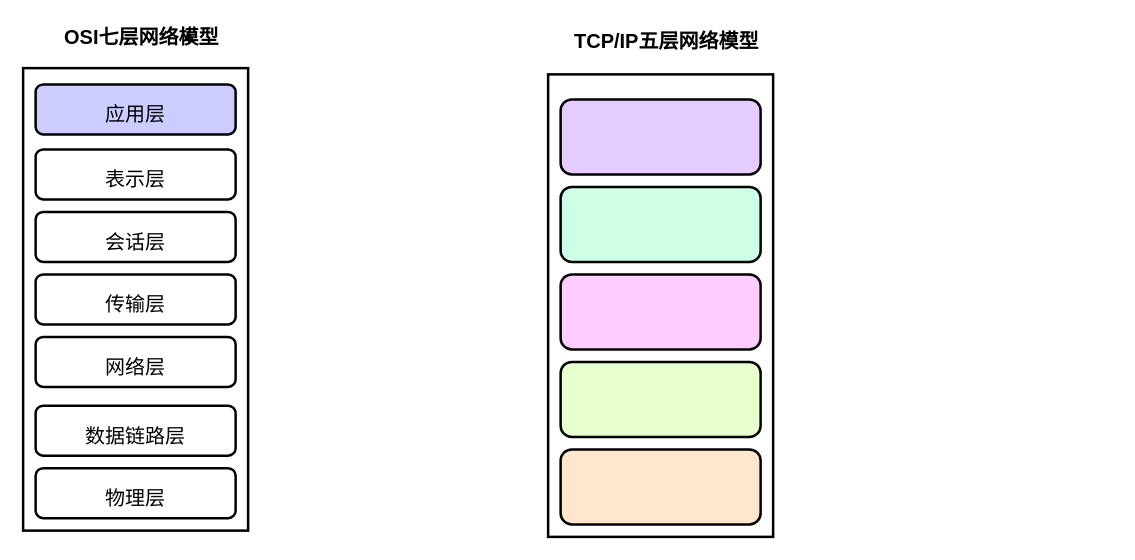
Before: 网络模型.drawio in StackInk/draw, a draw.io diagram. Source tidied: cells renumbered, new cells numbered last; positions are measured from the earlier drawing's top-left corner, leaving out a move shared by most shapes. Both pictures are drawn from the tidied source at 125%, with x=0, y=0 at pixel (22, 30).
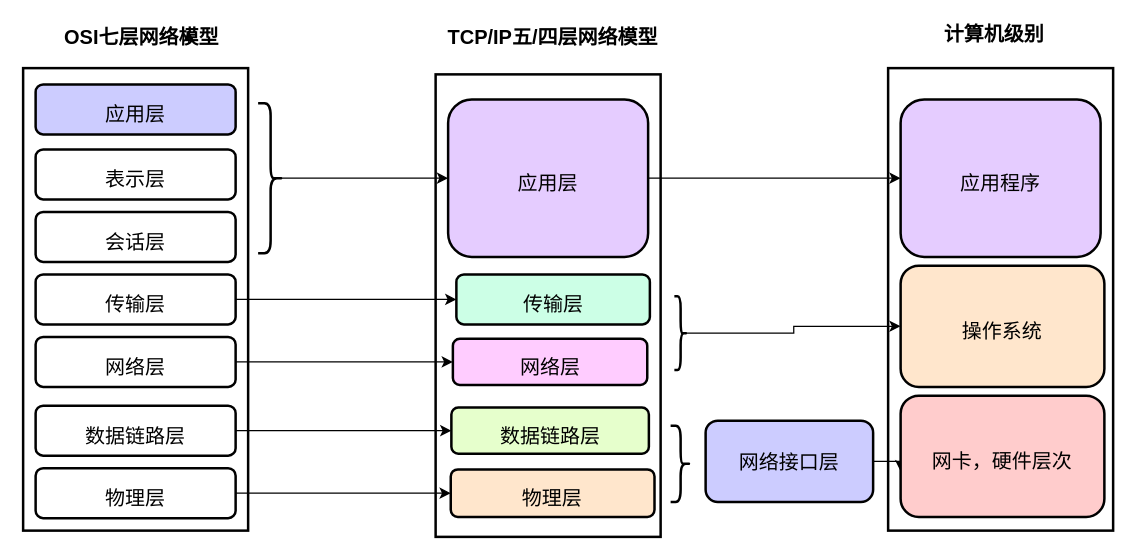
The same diagram, later.

Commit message (it also covers changes not shown here):
更新网络模型.drawio

The change refers to these unchanged cells:
```xml
<mxCell id="6" value="物理层" style="rounded=1;whiteSpace=wrap;html=1;strokeWidth=2;fontFamily=Helvetica;fontSize=16;spacingBottom=-7;" parent="1" vertex="1">
  <mxGeometry x="10" y="350" width="160" height="40" as="geometry" />
</mxCell>
<mxCell id="13" value="数据链路层" style="rounded=1;whiteSpace=wrap;html=1;strokeWidth=2;fontFamily=Helvetica;fontSize=16;spacingBottom=-7;" parent="1" vertex="1">
  <mxGeometry x="10" y="300" width="160" height="40" as="geometry" />
</mxCell>
<mxCell id="14" value="网络层" style="rounded=1;whiteSpace=wrap;html=1;strokeWidth=2;fontFamily=Helvetica;fontSize=16;spacingBottom=-7;" parent="1" vertex="1">
  <mxGeometry x="10" y="245" width="160" height="40" as="geometry" />
</mxCell>
<mxCell id="15" value="传输层" style="rounded=1;whiteSpace=wrap;html=1;strokeWidth=2;fontFamily=Helvetica;fontSize=16;spacingBottom=-7;" parent="1" vertex="1">
  <mxGeometry x="10" y="195" width="160" height="40" as="geometry" />
</mxCell>
```

The edit, as a diff of the source:
```diff
@@
-    <mxCell id="2" style="rounded=0;whiteSpace=wrap;html=1;strokeWidth=2;" parent="1" vertex="1">
-      <mxGeometry y="30" width="180" height="370" as="geometry" />
-    </mxCell>
+    <mxCell id="19" style="rounded=0;whiteSpace=wrap;html=1;strokeWidth=2;" parent="1" vertex="1">
+      <mxGeometry x="692" y="30" width="180" height="370" as="geometry" />
+    </mxCell>
+    <mxCell id="20" style="rounded=0;whiteSpace=wrap;html=1;strokeWidth=2;" parent="1" vertex="1">
+      <mxGeometry x="330" y="35" width="180" height="370" as="geometry" />
+    </mxCell>
+    <mxCell id="21" style="rounded=0;whiteSpace=wrap;html=1;strokeWidth=2;" parent="1" vertex="1">
+      <mxGeometry y="30" width="180" height="370" as="geometry" />
+    </mxCell>
@@
-    <mxCell id="5" value="TCP/IP五层网络模型" style="text;html=1;strokeColor=none;fillColor=none;align=center;verticalAlign=middle;whiteSpace=wrap;rounded=0;fontFamily=Helvetica;fontSize=16;fontStyle=1;" parent="1" vertex="1">
-      <mxGeometry x="430" width="170" height="15" as="geometry" />
-    </mxCell>
+    <mxCell id="22" value="TCP/IP五/四层网络模型" style="text;html=1;strokeColor=none;fillColor=none;align=center;verticalAlign=middle;whiteSpace=wrap;rounded=0;fontFamily=Helvetica;fontSize=16;fontStyle=1;" parent="1" vertex="1">
+      <mxGeometry x="330" y="-2.5" width="188" height="15" as="geometry" />
+    </mxCell>
+    <mxCell id="23" style="edgeStyle=orthogonalEdgeStyle;rounded=0;jettySize=auto;html=1;fontFamily=Helvetica;fontSize=16;" parent="1" edge="1" source="6" target="24">
+      <mxGeometry relative="1" as="geometry" />
+    </mxCell>
@@
-    <mxCell id="7" style="rounded=0;whiteSpace=wrap;html=1;strokeWidth=2;" parent="1" vertex="1">
-      <mxGeometry x="420" y="35" width="180" height="370" as="geometry" />
-    </mxCell>
-    <mxCell id="8" style="rounded=1;whiteSpace=wrap;html=1;strokeWidth=2;fontFamily=Helvetica;fontSize=16;spacingBottom=-7;fillColor=#FFE6CC;" parent="1" vertex="1">
-      <mxGeometry x="430" y="335" width="160" height="60" as="geometry" />
-    </mxCell>
-    <mxCell id="9" style="rounded=1;whiteSpace=wrap;html=1;strokeWidth=2;fontFamily=Helvetica;fontSize=16;spacingBottom=-7;fillColor=#E6FFCC;" parent="1" vertex="1">
-      <mxGeometry x="430" y="265" width="160" height="60" as="geometry" />
-    </mxCell>
-    <mxCell id="10" style="rounded=1;whiteSpace=wrap;html=1;strokeWidth=2;fontFamily=Helvetica;fontSize=16;spacingBottom=-7;fillColor=#FFCCFF;" parent="1" vertex="1">
-      <mxGeometry x="430" y="195" width="160" height="60" as="geometry" />
-    </mxCell>
-    <mxCell id="11" style="rounded=1;whiteSpace=wrap;html=1;strokeWidth=2;fontFamily=Helvetica;fontSize=16;spacingBottom=-7;fillColor=#CCFFE6;" parent="1" vertex="1">
-      <mxGeometry x="430" y="125" width="160" height="60" as="geometry" />
-    </mxCell>
-    <mxCell id="12" style="rounded=1;whiteSpace=wrap;html=1;strokeWidth=2;fontFamily=Helvetica;fontSize=16;spacingBottom=-7;fillColor=#E5CCFF;" parent="1" vertex="1">
-      <mxGeometry x="430" y="55" width="160" height="60" as="geometry" />
-    </mxCell>
+    <mxCell id="24" value="物理层" style="rounded=1;whiteSpace=wrap;html=1;strokeWidth=2;fontFamily=Helvetica;fontSize=16;spacingBottom=-7;fillColor=#FFE6CC;" parent="1" vertex="1">
+      <mxGeometry x="342.1" y="351" width="163" height="38" as="geometry" />
+    </mxCell>
+    <mxCell id="25" value="数据链路层" style="rounded=1;whiteSpace=wrap;html=1;strokeWidth=2;fontFamily=Helvetica;fontSize=16;spacingBottom=-7;fillColor=#E6FFCC;" parent="1" vertex="1">
+      <mxGeometry x="342.6" y="301.5" width="158" height="37" as="geometry" />
+    </mxCell>
+    <mxCell id="26" value="网络层" style="rounded=1;whiteSpace=wrap;html=1;strokeWidth=2;fontFamily=Helvetica;fontSize=16;spacingBottom=-7;fillColor=#FFCCFF;" parent="1" vertex="1">
+      <mxGeometry x="343.8" y="246.5" width="155.5" height="37" as="geometry" />
+    </mxCell>
+    <mxCell id="27" value="传输层" style="rounded=1;whiteSpace=wrap;html=1;strokeWidth=2;fontFamily=Helvetica;fontSize=16;spacingBottom=-7;fillColor=#CCFFE6;" parent="1" vertex="1">
+      <mxGeometry x="346.6" y="195" width="154.8" height="40" as="geometry" />
+    </mxCell>
+    <mxCell id="28" style="edgeStyle=orthogonalEdgeStyle;rounded=0;jettySize=auto;html=1;exitX=1;exitY=0.5;exitDx=0;exitDy=0;entryX=0;entryY=0.5;entryDx=0;entryDy=0;fontFamily=Helvetica;fontSize=16;" parent="1" edge="1" source="29" target="38">
+      <mxGeometry relative="1" as="geometry" />
+    </mxCell>
+    <mxCell id="29" value="应用层" style="rounded=1;whiteSpace=wrap;html=1;strokeWidth=2;fontFamily=Helvetica;fontSize=16;spacingBottom=-7;fillColor=#E5CCFF;" parent="1" vertex="1">
+      <mxGeometry x="340" y="55" width="160" height="126" as="geometry" />
+    </mxCell>
+    <mxCell id="30" style="edgeStyle=orthogonalEdgeStyle;rounded=0;jettySize=auto;html=1;exitX=1;exitY=0.5;exitDx=0;exitDy=0;entryX=0;entryY=0.5;entryDx=0;entryDy=0;fontFamily=Helvetica;fontSize=16;" parent="1" edge="1" source="13" target="25">
+      <mxGeometry relative="1" as="geometry" />
+    </mxCell>
@@
+    <mxCell id="31" style="edgeStyle=orthogonalEdgeStyle;rounded=0;jettySize=auto;html=1;exitX=1;exitY=0.5;exitDx=0;exitDy=0;entryX=0;entryY=0.5;entryDx=0;entryDy=0;fontFamily=Helvetica;fontSize=16;" parent="1" edge="1" source="14" target="26">
+      <mxGeometry relative="1" as="geometry" />
+    </mxCell>
@@
+    <mxCell id="32" style="edgeStyle=orthogonalEdgeStyle;rounded=0;jettySize=auto;html=1;entryX=0;entryY=0.5;entryDx=0;entryDy=0;fontFamily=Helvetica;fontSize=16;" parent="1" edge="1" source="15" target="27">
+      <mxGeometry relative="1" as="geometry" />
+    </mxCell>
@@
+    <mxCell id="33" style="edgeStyle=orthogonalEdgeStyle;rounded=0;jettySize=auto;html=1;exitX=0.1;exitY=0.5;exitDx=0;exitDy=0;exitPerimeter=0;entryX=0;entryY=0.5;entryDx=0;entryDy=0;fontFamily=Helvetica;fontSize=16;" parent="1" edge="1" source="34" target="29">
+      <mxGeometry relative="1" as="geometry" />
+    </mxCell>
+    <mxCell id="34" style="shape=curlyBracket;whiteSpace=wrap;html=1;rounded=1;strokeWidth=2;fillColor=#CCCCFF;fontFamily=Helvetica;fontSize=16;rotation=-180;" parent="1" vertex="1">
+      <mxGeometry x="188" y="58" width="20" height="120" as="geometry" />
+    </mxCell>
+    <mxCell id="35" style="shape=curlyBracket;whiteSpace=wrap;html=1;rounded=1;strokeWidth=2;fillColor=#CCCCFF;fontFamily=Helvetica;fontSize=16;rotation=-180;" parent="1" vertex="1">
+      <mxGeometry x="518" y="316" width="16" height="61" as="geometry" />
+    </mxCell>
+    <mxCell id="36" style="edgeStyle=orthogonalEdgeStyle;rounded=0;jettySize=auto;html=1;exitX=1;exitY=0.5;exitDx=0;exitDy=0;entryX=0;entryY=0.624;entryDx=0;entryDy=0;entryPerimeter=0;fontFamily=Helvetica;fontSize=16;" parent="1" edge="1" source="37" target="40">
+      <mxGeometry relative="1" as="geometry" />
+    </mxCell>
+    <mxCell id="37" value="网络接口层" style="rounded=1;whiteSpace=wrap;html=1;strokeWidth=2;fillColor=#CCCCFF;fontFamily=Helvetica;fontSize=16;" parent="1" vertex="1">
+      <mxGeometry x="546" y="312" width="134" height="65" as="geometry" />
+    </mxCell>
+    <mxCell id="38" value="应用程序" style="rounded=1;whiteSpace=wrap;html=1;strokeWidth=2;fontFamily=Helvetica;fontSize=16;spacingBottom=-7;fillColor=#E5CCFF;" parent="1" vertex="1">
+      <mxGeometry x="702" y="55" width="160" height="126" as="geometry" />
+    </mxCell>
+    <mxCell id="39" value="操作系统" style="rounded=1;whiteSpace=wrap;html=1;strokeWidth=2;fontFamily=Helvetica;fontSize=16;spacingBottom=-7;fillColor=#FFE6CC;" parent="1" vertex="1">
+      <mxGeometry x="702" y="188" width="163" height="97" as="geometry" />
+    </mxCell>
+    <mxCell id="40" value="网卡，硬件层次" style="rounded=1;whiteSpace=wrap;html=1;strokeWidth=2;fontFamily=Helvetica;fontSize=16;spacingBottom=-7;fillColor=#FFCCCC;" parent="1" vertex="1">
+      <mxGeometry x="702" y="292" width="163" height="97" as="geometry" />
+    </mxCell>
+    <mxCell id="41" style="edgeStyle=orthogonalEdgeStyle;rounded=0;jettySize=auto;html=1;exitX=0.1;exitY=0.5;exitDx=0;exitDy=0;exitPerimeter=0;entryX=0;entryY=0.5;entryDx=0;entryDy=0;fontFamily=Helvetica;fontSize=16;" parent="1" edge="1" source="42" target="39">
+      <mxGeometry relative="1" as="geometry" />
+    </mxCell>
+    <mxCell id="42" style="shape=curlyBracket;whiteSpace=wrap;html=1;rounded=1;strokeWidth=2;fillColor=#FFCCCC;fontFamily=Helvetica;fontSize=16;rotation=-180;" parent="1" vertex="1">
+      <mxGeometry x="521" y="212.5" width="10" height="59" as="geometry" />
+    </mxCell>
+    <mxCell id="43" value="计算机级别" style="text;html=1;strokeColor=none;fillColor=none;align=center;verticalAlign=middle;whiteSpace=wrap;rounded=0;fontFamily=Helvetica;fontSize=16;fontStyle=1;" parent="1" vertex="1">
+      <mxGeometry x="702" y="-2.5" width="150" height="10" as="geometry" />
+    </mxCell>
```
